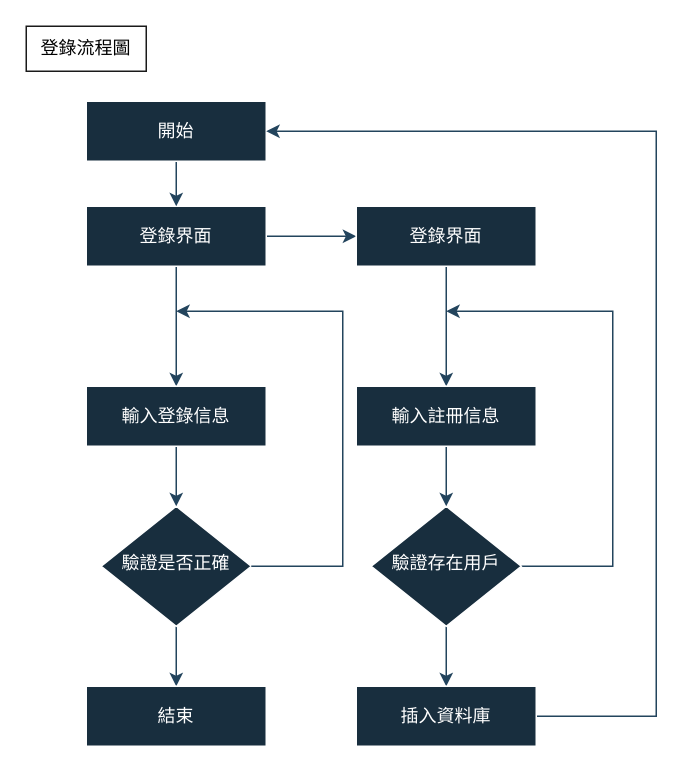
darrenm2001/ARShalu keeps this draw.io diagram as 登錄與註冊流程.drawio. Above is the earlier version. Source tidied: cells renumbered, new cells numbered last; positions are measured from the earlier drawing's top-left corner, leaving out a move shared by most shapes. Both pictures are drawn from the tidied source at 150%, with x=0, y=0 at pixel (26, 26).
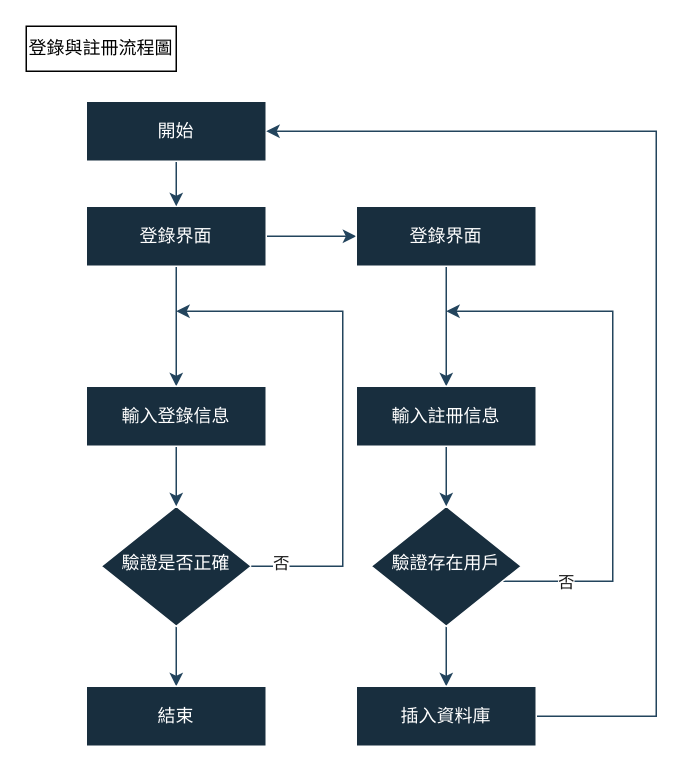
After the change.

Commit message:
更新登錄與註冊流程.drawio

Unchanged cells that the change refers to:
```xml
<mxCell id="17" value="驗證存在用戶" style="rhombus;whiteSpace=wrap;html=1;shadow=0;fontFamily=Helvetica;fontSize=12;align=center;strokeWidth=1;spacing=6;spacingTop=-4;labelBackgroundColor=none;fillColor=#182E3E;strokeColor=#FFFFFF;fontColor=#FFFFFF;rounded=0;" parent="1" vertex="1">
  <mxGeometry x="230" y="320" width="100" height="80" as="geometry" />
</mxCell>
<mxCell id="22" style="edgeStyle=orthogonalEdgeStyle;rounded=0;orthogonalLoop=1;jettySize=auto;html=1;labelBackgroundColor=none;strokeColor=#23445D;fontColor=default;" parent="1" edge="1">
  <mxGeometry relative="1" as="geometry">
    <mxPoint x="150" y="360" as="sourcePoint" />
    <mxPoint x="100" y="190" as="targetPoint" />
    <Array as="points">
      <mxPoint x="211" y="360" />
    </Array>
  </mxGeometry>
</mxCell>
```

Change to the diagram source:
```diff
@@
-    <mxCell id="7" value="登錄流程圖" style="text;html=1;align=center;verticalAlign=middle;whiteSpace=wrap;rounded=0;labelBackgroundColor=none;fontColor=#000000;fillColor=#FFFFFF;strokeColor=#1A1A1A;" parent="1" vertex="1">
-      <mxGeometry width="80" height="30" as="geometry" />
+    <mxCell id="7" value="登錄與註冊流程圖" style="text;html=1;align=center;verticalAlign=middle;whiteSpace=wrap;rounded=0;labelBackgroundColor=none;fillColor=none;strokeColor=default;" parent="1" vertex="1">
+      <mxGeometry width="100" height="30" as="geometry" />
     </mxCell>
@@
     <mxCell id="16" style="edgeStyle=orthogonalEdgeStyle;rounded=0;jettySize=auto;html=1;labelBackgroundColor=none;strokeColor=#23445D;fontColor=default;" parent="1" edge="1" source="17">
       <mxGeometry relative="1" as="geometry">
         <mxPoint x="280" y="190" as="targetPoint" />
         <Array as="points">
-          <mxPoint x="391" y="360" />
+          <mxPoint x="391" y="370" />
+          <mxPoint x="391" y="190" />
         </Array>
       </mxGeometry>
     </mxCell>
+    <mxCell id="23" value="否" style="edgeLabel;html=1;align=center;verticalAlign=middle;strokeColor=#FFFFFF;fontColor=#1A1A1A;fillColor=#182E3E;" parent="16" vertex="1">
+      <mxGeometry x="-0.77" relative="1" as="geometry" />
+    </mxCell>
@@
+    <mxCell id="24" value="否" style="edgeLabel;html=1;align=center;verticalAlign=middle;strokeColor=#FFFFFF;fontColor=#1A1A1A;fillColor=#182E3E;" parent="22" vertex="1">
+      <mxGeometry x="-0.89" y="3" relative="1" as="geometry" />
+    </mxCell>
```
